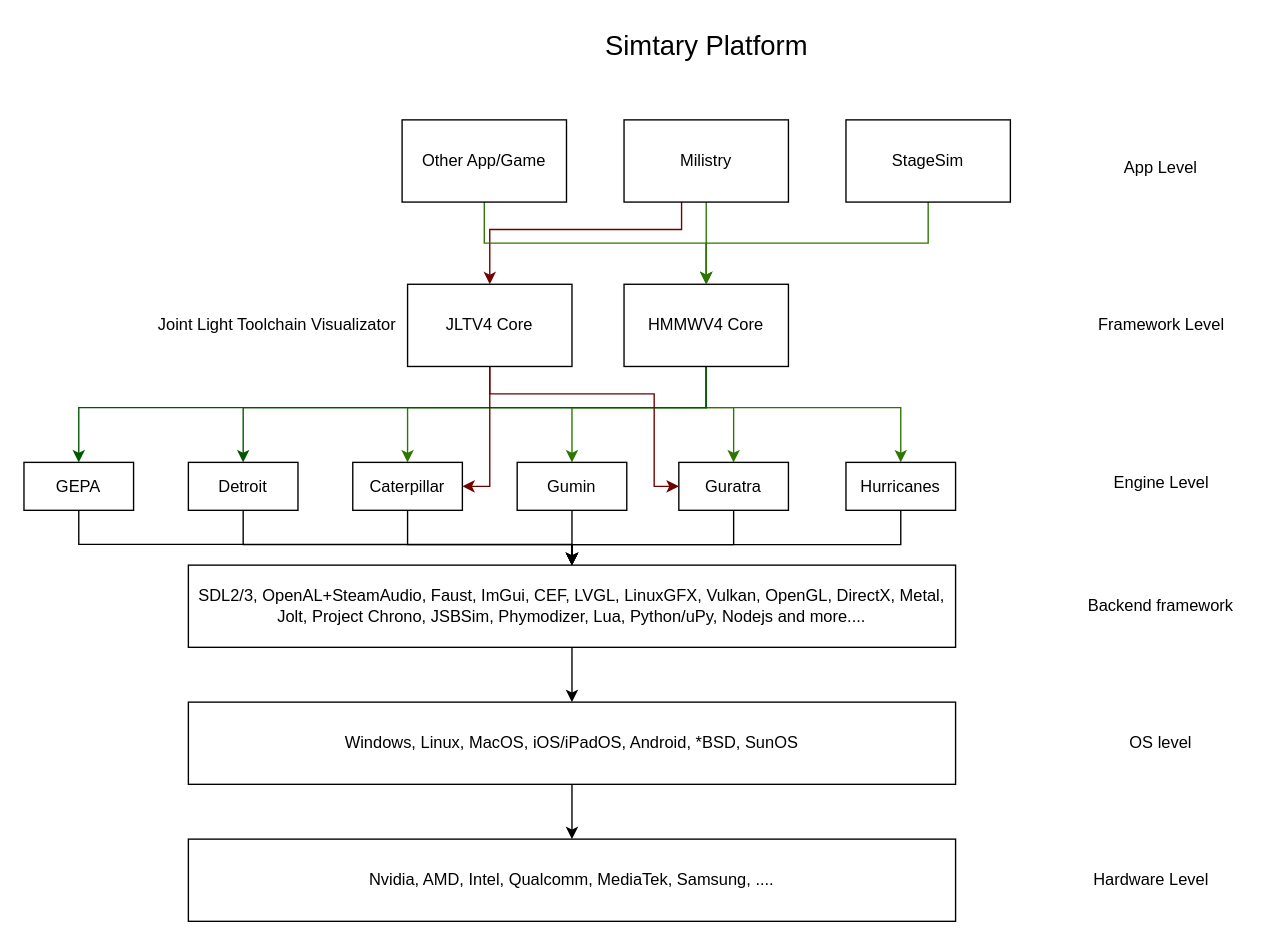
Above: platforminfo.drawio in DPSoftware-Technologies/Simtary (draw.io), before the change. Source tidied: cells renumbered, new cells numbered last; positions are measured from the earlier drawing's top-left corner, leaving out a move shared by most shapes. Both pictures are drawn from the tidied source at 137%, with x=0, y=0 at pixel (23, 23).
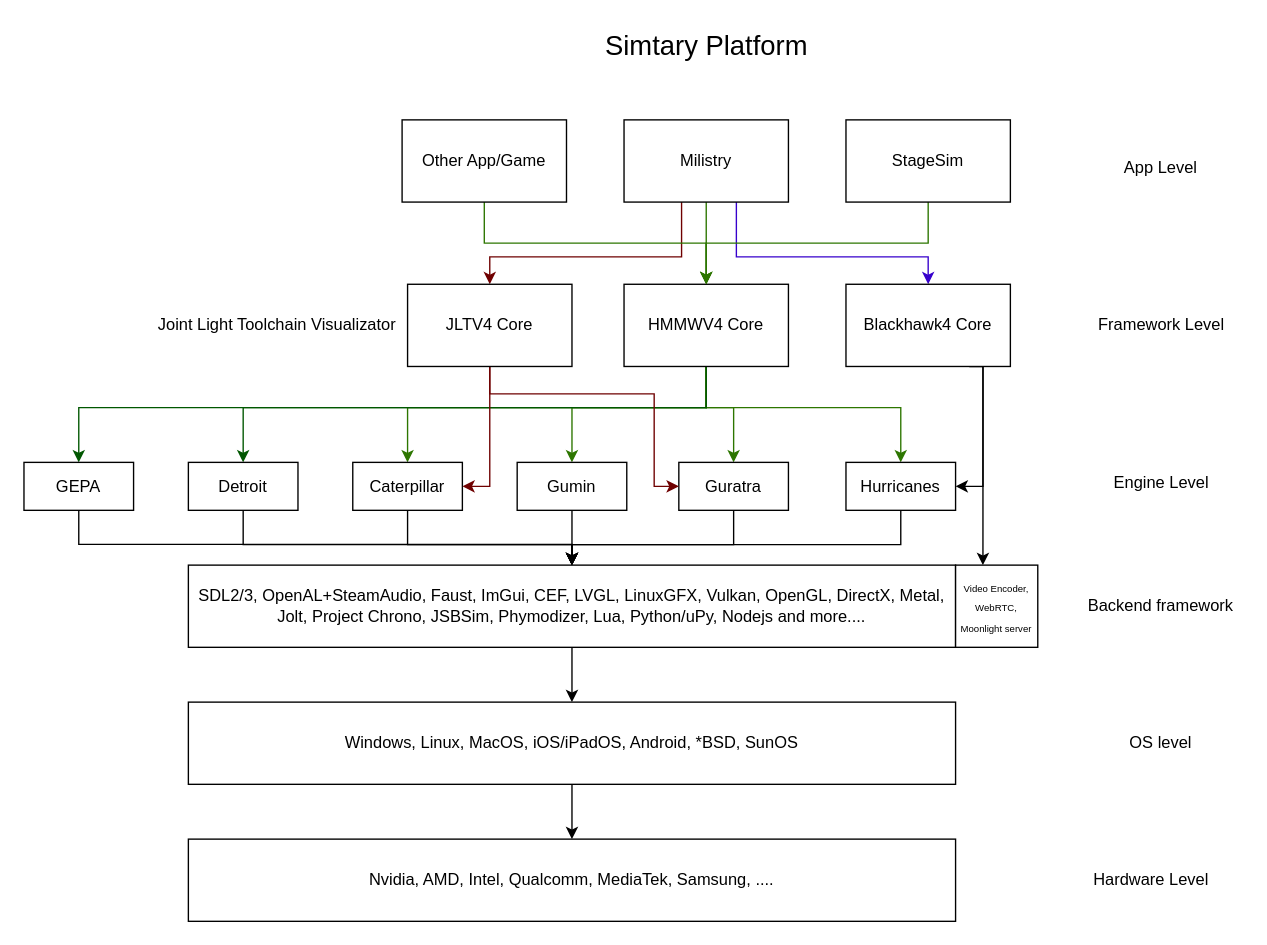
Above is the later version.

Unchanged cells that the change refers to:
```xml
<mxCell id="4" value="Milistry" style="rounded=0;whiteSpace=wrap;html=1;" parent="1" vertex="1">
  <mxGeometry x="438" y="70" width="120" height="60" as="geometry" />
</mxCell>
<mxCell id="30" value="Hurricanes" style="rounded=0;whiteSpace=wrap;html=1;" parent="1" vertex="1">
  <mxGeometry x="600" y="320" width="80" height="35" as="geometry" />
</mxCell>
<mxCell id="42" value="JLTV4 Core" style="rounded=0;whiteSpace=wrap;html=1;" parent="1" vertex="1">
  <mxGeometry x="280" y="190" width="120" height="60" as="geometry" />
</mxCell>
```

Diff of the diagram source:
```diff
@@
     <mxCell id="3" style="edgeStyle=orthogonalEdgeStyle;rounded=0;jettySize=auto;html=1;entryX=0.5;entryY=0;entryDx=0;entryDy=0;fillColor=#a20025;strokeColor=#6F0000;" parent="1" edge="1" source="4" target="42">
       <mxGeometry relative="1" as="geometry">
         <Array as="points">
-          <mxPoint x="480" y="150" />
-          <mxPoint x="340" y="150" />
+          <mxPoint x="480" y="170" />
+          <mxPoint x="340" y="170" />
         </Array>
       </mxGeometry>
     </mxCell>
+    <mxCell id="44" style="edgeStyle=orthogonalEdgeStyle;rounded=0;jettySize=auto;html=1;entryX=0.5;entryY=0;entryDx=0;entryDy=0;fillColor=#6a00ff;strokeColor=#3700CC;" parent="1" edge="1" source="4" target="47">
+      <mxGeometry relative="1" as="geometry">
+        <Array as="points">
+          <mxPoint x="520" y="170" />
+          <mxPoint x="660" y="170" />
+        </Array>
+      </mxGeometry>
+    </mxCell>
@@
+    <mxCell id="45" style="edgeStyle=orthogonalEdgeStyle;rounded=0;jettySize=auto;html=1;exitX=0.75;exitY=1;exitDx=0;exitDy=0;entryX=1;entryY=0.5;entryDx=0;entryDy=0;" parent="1" edge="1" source="47" target="30">
+      <mxGeometry relative="1" as="geometry">
+        <Array as="points">
+          <mxPoint x="700" y="250" />
+          <mxPoint x="700" y="337.5" />
+        </Array>
+      </mxGeometry>
+    </mxCell>
+    <mxCell id="46" style="edgeStyle=orthogonalEdgeStyle;rounded=0;jettySize=auto;html=1;entryX=0.333;entryY=0;entryDx=0;entryDy=0;entryPerimeter=0;" parent="1" edge="1" source="47" target="48">
+      <mxGeometry relative="1" as="geometry">
+        <Array as="points">
+          <mxPoint x="700" y="290" />
+          <mxPoint x="700" y="290" />
+        </Array>
+      </mxGeometry>
+    </mxCell>
+    <mxCell id="47" value="Blackhawk4 Core" style="rounded=0;whiteSpace=wrap;html=1;" parent="1" vertex="1">
+      <mxGeometry x="600" y="190" width="120" height="60" as="geometry" />
+    </mxCell>
+    <mxCell id="48" value="&lt;font style=&quot;font-size: 7px;&quot;&gt;Video Encoder,&lt;/font&gt;&lt;div&gt;&lt;font style=&quot;font-size: 7px;&quot;&gt;WebRTC,&lt;/font&gt;&lt;/div&gt;&lt;div&gt;&lt;span style=&quot;font-size: 7px;&quot;&gt;Moonlight server&lt;/span&gt;&lt;/div&gt;" style="rounded=0;whiteSpace=wrap;html=1;" parent="1" vertex="1">
+      <mxGeometry x="680" y="395" width="60" height="60" as="geometry" />
+    </mxCell>
```
